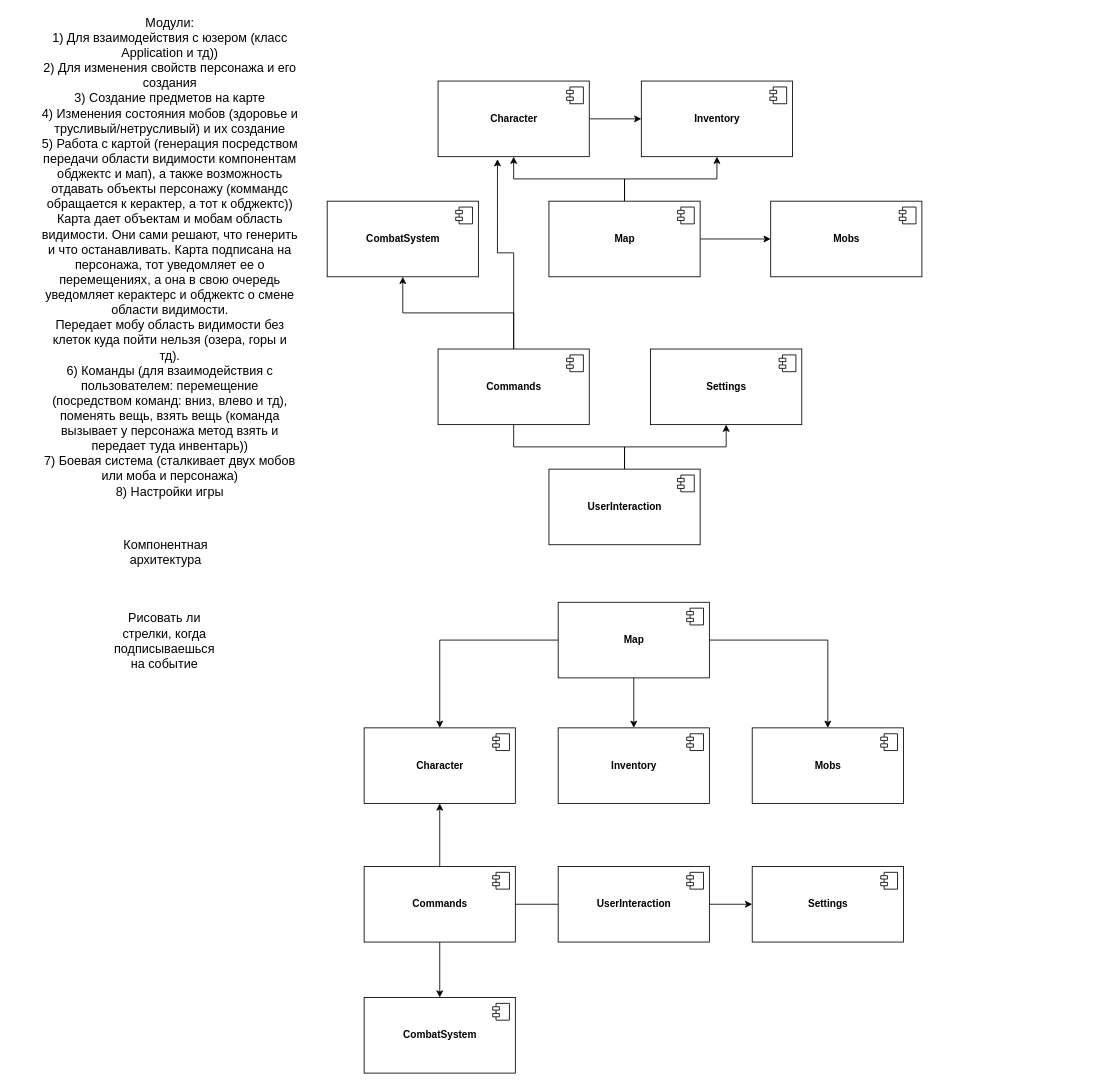
Before: page "Components" (1 of 8) of Roguelike/roguelike.drawio in victoriafomina/Software-Design, a draw.io diagram. Source tidied: cells renumbered, new cells numbered last; positions are measured from the earlier drawing's top-left corner, leaving out a move shared by most shapes. Both pictures are drawn from the tidied source at 84%, with x=0, y=0 at pixel (40, 16).
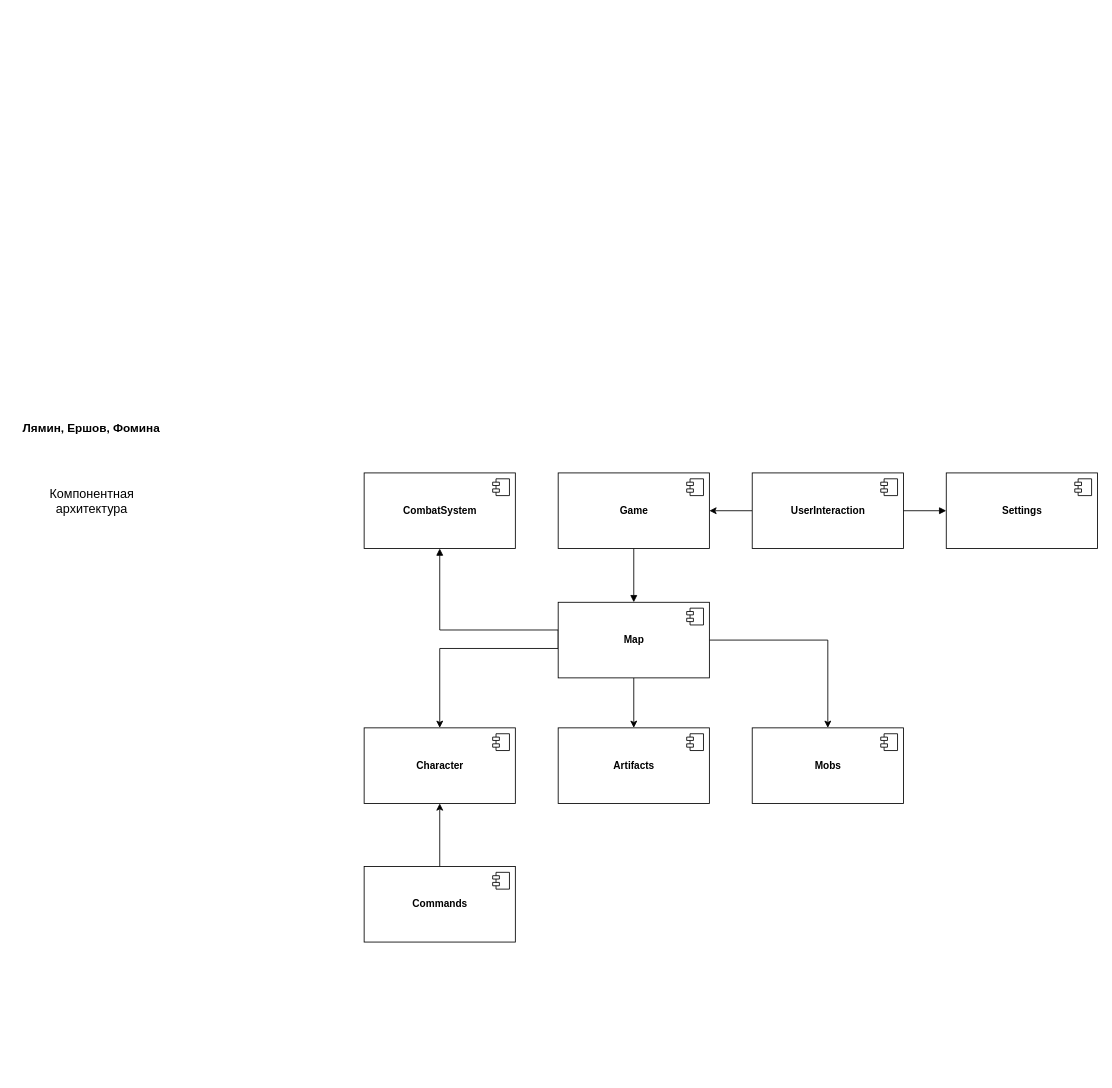
The same page after the edit.

Unchanged cells that the change refers to:
```xml
<mxCell id="32" value="&lt;b&gt;Map&lt;/b&gt;" style="html=1;" parent="1" vertex="1">
  <mxGeometry x="616" y="697.5" width="180" height="90" as="geometry" />
</mxCell>
<mxCell id="34" value="&lt;b&gt;Character&lt;/b&gt;" style="html=1;" parent="1" vertex="1">
  <mxGeometry x="385" y="847" width="180" height="90" as="geometry" />
</mxCell>
<mxCell id="42" value="&lt;b&gt;Commands&lt;/b&gt;" style="html=1;" parent="1" vertex="1">
  <mxGeometry x="385" y="1012" width="180" height="90" as="geometry" />
</mxCell>
```

What changed in the source:
```diff
@@
-    <mxCell id="2" value="&lt;span style=&quot;font-size: 15px&quot;&gt;Модули:&lt;br&gt;1) Для взаимодействия с юзером (класс Application и тд))&lt;br&gt;2) Для изменения свойств персонажа и его создания&lt;br&gt;3) Создание предметов на карте&lt;br&gt;4) Изменения состояния мобов (здоровье и трусливый/нетрусливый) и их создание&lt;br&gt;5) Работа с картой (генерация посредством передачи области видимости компонентам обджектс и мап), а также возможность отдавать объекты персонажу (коммандс обращается к керактер, а тот к обджектс))&lt;br&gt;Карта дает объектам и мобам область видимости. Они сами решают, что генерить и что останавливать. Карта подписана на персонажа, тот уведомляет ее о перемещениях, а она в свою очередь уведомляет керактерс и обджектс о смене области видимости.&lt;br&gt;Передает мобу область видимости без клеток куда пойти нельзя (озера, горы и тд).&lt;br&gt;6) Команды (для взаимодействия с пользователем: перемещение (посредством команд: вниз, влево и тд), поменять вещь, взять вещь (команда вызывает у персонажа метод взять и передает туда инвентарь))&lt;br&gt;7) Боевая система (сталкивает двух мобов или моба и персонажа)&lt;br&gt;8) Настройки игры&lt;br&gt;&lt;/span&gt;" style="text;html=1;strokeColor=none;fillColor=none;align=center;verticalAlign=middle;whiteSpace=wrap;rounded=0;fontSize=14;" parent="1" vertex="1">
-      <mxGeometry width="308" height="572" as="geometry" />
-    </mxCell>
     <mxCell id="3" value="Компонентная архитектура" style="text;html=1;strokeColor=none;fillColor=none;align=center;verticalAlign=middle;whiteSpace=wrap;rounded=0;fontSize=15;" parent="1" vertex="1">
-      <mxGeometry x="93.5" y="616" width="110" height="44" as="geometry" />
+      <mxGeometry x="5.5" y="554.5" width="110" height="44" as="geometry" />
     </mxCell>
-    <mxCell id="4" style="edgeStyle=orthogonalEdgeStyle;rounded=0;jettySize=auto;html=1;exitX=0.5;exitY=0;exitDx=0;exitDy=0;entryX=0.5;entryY=1;entryDx=0;entryDy=0;" parent="1" edge="1" source="7" target="14">
-      <mxGeometry relative="1" as="geometry" />
-    </mxCell>
-    <mxCell id="5" style="edgeStyle=orthogonalEdgeStyle;rounded=0;jettySize=auto;html=1;" parent="1" edge="1" source="7" target="24">
-      <mxGeometry relative="1" as="geometry" />
-    </mxCell>
-    <mxCell id="6" style="edgeStyle=orthogonalEdgeStyle;rounded=0;jettySize=auto;html=1;exitX=1;exitY=0.5;exitDx=0;exitDy=0;entryX=0;entryY=0.5;entryDx=0;entryDy=0;fontSize=15;startArrow=none;startFill=0;endArrow=classic;endFill=1;" parent="1" edge="1" source="7" target="16">
-      <mxGeometry relative="1" as="geometry" />
-    </mxCell>
-    <mxCell id="7" value="&lt;b&gt;Map&lt;/b&gt;" style="html=1;" parent="1" vertex="1">
-      <mxGeometry x="605" y="220" width="180" height="90" as="geometry" />
-    </mxCell>
-    <mxCell id="8" style="shape=module;jettyWidth=8;jettyHeight=4;" parent="7" vertex="1">
-      <mxGeometry x="1" width="20" height="20" relative="1" as="geometry">
-        <mxPoint x="-27" y="7" as="offset" />
-      </mxGeometry>
-    </mxCell>
-    <mxCell id="9" style="edgeStyle=orthogonalEdgeStyle;rounded=0;jettySize=auto;html=1;exitX=0.5;exitY=0;exitDx=0;exitDy=0;entryX=0.5;entryY=1;entryDx=0;entryDy=0;endArrow=none;endFill=0;" parent="1" edge="1" source="11" target="22">
-      <mxGeometry relative="1" as="geometry" />
-    </mxCell>
-    <mxCell id="10" style="edgeStyle=orthogonalEdgeStyle;rounded=0;jettySize=auto;html=1;exitX=0.5;exitY=0;exitDx=0;exitDy=0;entryX=0.5;entryY=1;entryDx=0;entryDy=0;startArrow=none;startFill=0;endArrow=classic;endFill=1;" parent="1" edge="1" source="11" target="26">
-      <mxGeometry relative="1" as="geometry" />
-    </mxCell>
-    <mxCell id="11" value="&lt;b&gt;UserInteraction&lt;/b&gt;" style="html=1;" parent="1" vertex="1">
-      <mxGeometry x="605" y="539" width="180" height="90" as="geometry" />
-    </mxCell>
-    <mxCell id="12" style="shape=module;jettyWidth=8;jettyHeight=4;" parent="11" vertex="1">
-      <mxGeometry x="1" width="20" height="20" relative="1" as="geometry">
-        <mxPoint x="-27" y="7" as="offset" />
-      </mxGeometry>
-    </mxCell>
-    <mxCell id="13" style="edgeStyle=orthogonalEdgeStyle;rounded=0;jettySize=auto;html=1;exitX=1;exitY=0.5;exitDx=0;exitDy=0;entryX=0;entryY=0.5;entryDx=0;entryDy=0;fontSize=15;startArrow=none;startFill=0;endArrow=classic;endFill=1;" parent="1" edge="1" source="14" target="24">
-      <mxGeometry relative="1" as="geometry" />
-    </mxCell>
-    <mxCell id="14" value="&lt;b&gt;Character&lt;/b&gt;" style="html=1;" parent="1" vertex="1">
-      <mxGeometry x="473" y="77" width="180" height="90" as="geometry" />
-    </mxCell>
-    <mxCell id="15" style="shape=module;jettyWidth=8;jettyHeight=4;" parent="14" vertex="1">
-      <mxGeometry x="1" width="20" height="20" relative="1" as="geometry">
-        <mxPoint x="-27" y="7" as="offset" />
-      </mxGeometry>
-    </mxCell>
-    <mxCell id="16" value="&lt;b&gt;Mobs&lt;/b&gt;" style="html=1;" parent="1" vertex="1">
-      <mxGeometry x="869" y="220" width="180" height="90" as="geometry" />
-    </mxCell>
-    <mxCell id="17" style="shape=module;jettyWidth=8;jettyHeight=4;" parent="16" vertex="1">
-      <mxGeometry x="1" width="20" height="20" relative="1" as="geometry">
-        <mxPoint x="-27" y="7" as="offset" />
-      </mxGeometry>
-    </mxCell>
-    <mxCell id="18" value="&lt;b&gt;CombatSystem&lt;/b&gt;" style="html=1;" parent="1" vertex="1">
-      <mxGeometry x="341" y="220" width="180" height="90" as="geometry" />
-    </mxCell>
-    <mxCell id="19" style="shape=module;jettyWidth=8;jettyHeight=4;" parent="18" vertex="1">
-      <mxGeometry x="1" width="20" height="20" relative="1" as="geometry">
-        <mxPoint x="-27" y="7" as="offset" />
-      </mxGeometry>
-    </mxCell>
-    <mxCell id="20" style="edgeStyle=orthogonalEdgeStyle;rounded=0;jettySize=auto;html=1;exitX=0.5;exitY=0;exitDx=0;exitDy=0;entryX=0.5;entryY=1;entryDx=0;entryDy=0;" parent="1" edge="1" source="22" target="18">
-      <mxGeometry relative="1" as="geometry" />
-    </mxCell>
-    <mxCell id="21" style="edgeStyle=orthogonalEdgeStyle;rounded=0;jettySize=auto;html=1;exitX=0.5;exitY=0;exitDx=0;exitDy=0;entryX=0.393;entryY=1.033;entryDx=0;entryDy=0;entryPerimeter=0;fontSize=15;startArrow=none;startFill=0;endArrow=classic;endFill=1;" parent="1" edge="1" source="22" target="14">
-      <mxGeometry relative="1" as="geometry" />
-    </mxCell>
-    <mxCell id="22" value="&lt;b&gt;Commands&lt;/b&gt;" style="html=1;" parent="1" vertex="1">
-      <mxGeometry x="473" y="396" width="180" height="90" as="geometry" />
-    </mxCell>
-    <mxCell id="23" style="shape=module;jettyWidth=8;jettyHeight=4;" parent="22" vertex="1">
-      <mxGeometry x="1" width="20" height="20" relative="1" as="geometry">
-        <mxPoint x="-27" y="7" as="offset" />
-      </mxGeometry>
-    </mxCell>
-    <mxCell id="24" value="&lt;b&gt;Inventory&lt;/b&gt;" style="html=1;" parent="1" vertex="1">
-      <mxGeometry x="715" y="77" width="180" height="90" as="geometry" />
-    </mxCell>
-    <mxCell id="25" style="shape=module;jettyWidth=8;jettyHeight=4;" parent="24" vertex="1">
-      <mxGeometry x="1" width="20" height="20" relative="1" as="geometry">
-        <mxPoint x="-27" y="7" as="offset" />
-      </mxGeometry>
-    </mxCell>
-    <mxCell id="26" value="&lt;b&gt;Settings&lt;/b&gt;" style="html=1;" parent="1" vertex="1">
-      <mxGeometry x="726" y="396" width="180" height="90" as="geometry" />
-    </mxCell>
-    <mxCell id="27" style="shape=module;jettyWidth=8;jettyHeight=4;" parent="26" vertex="1">
-      <mxGeometry x="1" width="20" height="20" relative="1" as="geometry">
-        <mxPoint x="-27" y="7" as="offset" />
-      </mxGeometry>
-    </mxCell>
-    <mxCell id="28" value="&lt;font style=&quot;font-size: 15px&quot;&gt;Рисовать ли стрелки, когда подписываешься на событие&lt;/font&gt;" style="text;html=1;strokeColor=none;fillColor=none;align=center;verticalAlign=middle;whiteSpace=wrap;rounded=0;" parent="1" vertex="1">
-      <mxGeometry x="90.5" y="715" width="113" height="55" as="geometry" />
-    </mxCell>
     <mxCell id="29" style="edgeStyle=orthogonalEdgeStyle;rounded=0;jettySize=auto;html=1;exitX=0;exitY=0.5;exitDx=0;exitDy=0;entryX=0.5;entryY=0;entryDx=0;entryDy=0;" parent="1" edge="1" source="32" target="34">
-      <mxGeometry relative="1" as="geometry" />
+      <mxGeometry relative="1" as="geometry">
+        <Array as="points">
+          <mxPoint x="616" y="752.5" />
+          <mxPoint x="475" y="752.5" />
+        </Array>
+      </mxGeometry>
     </mxCell>
@@
+    <mxCell id="52" style="edgeStyle=orthogonalEdgeStyle;rounded=0;jettySize=auto;html=1;exitX=0;exitY=0.5;exitDx=0;exitDy=0;entryX=0.5;entryY=1;entryDx=0;entryDy=0;fontSize=15;startArrow=none;startFill=0;endArrow=block;endFill=1;" parent="1" edge="1" source="32" target="44">
+      <mxGeometry relative="1" as="geometry">
+        <Array as="points">
+          <mxPoint x="616" y="730.5" />
+          <mxPoint x="475" y="730.5" />
+        </Array>
+      </mxGeometry>
+    </mxCell>
@@
-    <mxCell id="36" value="&lt;b&gt;Inventory&lt;/b&gt;" style="html=1;" parent="1" vertex="1">
+    <mxCell id="36" value="&lt;b&gt;Artifacts&lt;/b&gt;" style="html=1;" parent="1" vertex="1">
       <mxGeometry x="616" y="847" width="180" height="90" as="geometry" />
     </mxCell>
@@
-    <mxCell id="41" style="edgeStyle=orthogonalEdgeStyle;rounded=0;jettySize=auto;html=1;exitX=0.5;exitY=1;exitDx=0;exitDy=0;entryX=0.5;entryY=0;entryDx=0;entryDy=0;" parent="1" edge="1" source="42" target="44">
-      <mxGeometry relative="1" as="geometry" />
-    </mxCell>
@@
     <mxCell id="44" value="&lt;b&gt;CombatSystem&lt;/b&gt;" style="html=1;" parent="1" vertex="1">
-      <mxGeometry x="385" y="1168" width="180" height="90" as="geometry" />
+      <mxGeometry x="385" y="543.5" width="180" height="90" as="geometry" />
     </mxCell>
@@
-    <mxCell id="46" style="edgeStyle=orthogonalEdgeStyle;rounded=0;jettySize=auto;html=1;exitX=1;exitY=0.5;exitDx=0;exitDy=0;entryX=0;entryY=0.5;entryDx=0;entryDy=0;" parent="1" edge="1" source="48" target="50">
+    <mxCell id="46" style="edgeStyle=orthogonalEdgeStyle;rounded=0;jettySize=auto;html=1;exitX=1;exitY=0.5;exitDx=0;exitDy=0;entryX=0;entryY=0.5;entryDx=0;entryDy=0;fontSize=15;startArrow=none;startFill=0;endArrow=block;endFill=1;" parent="1" edge="1" source="48" target="50">
       <mxGeometry relative="1" as="geometry" />
     </mxCell>
-    <mxCell id="47" style="edgeStyle=orthogonalEdgeStyle;rounded=0;jettySize=auto;html=1;exitX=0;exitY=0.5;exitDx=0;exitDy=0;endArrow=none;endFill=0;" parent="1" edge="1" source="48" target="42">
-      <mxGeometry relative="1" as="geometry" />
-    </mxCell>
+    <mxCell id="53" style="edgeStyle=orthogonalEdgeStyle;rounded=0;jettySize=auto;html=1;exitX=0;exitY=0.5;exitDx=0;exitDy=0;entryX=1;entryY=0.5;entryDx=0;entryDy=0;" parent="1" edge="1" source="48" target="55">
+      <mxGeometry relative="1" as="geometry" />
+    </mxCell>
     <mxCell id="48" value="&lt;b&gt;UserInteraction&lt;/b&gt;" style="html=1;" parent="1" vertex="1">
-      <mxGeometry x="616" y="1012" width="180" height="90" as="geometry" />
+      <mxGeometry x="847" y="543.5" width="180" height="90" as="geometry" />
     </mxCell>
@@
     <mxCell id="50" value="&lt;b&gt;Settings&lt;/b&gt;" style="html=1;" parent="1" vertex="1">
-      <mxGeometry x="847" y="1012" width="180" height="90" as="geometry" />
+      <mxGeometry x="1078" y="543.5" width="180" height="90" as="geometry" />
     </mxCell>
@@
+    <mxCell id="54" style="edgeStyle=orthogonalEdgeStyle;rounded=0;jettySize=auto;html=1;exitX=0.5;exitY=1;exitDx=0;exitDy=0;entryX=0.5;entryY=0;entryDx=0;entryDy=0;fontSize=15;startArrow=none;startFill=0;endArrow=block;endFill=1;" parent="1" edge="1" source="55" target="32">
+      <mxGeometry relative="1" as="geometry" />
+    </mxCell>
+    <mxCell id="55" value="&lt;b&gt;Game&lt;/b&gt;" style="html=1;" parent="1" vertex="1">
+      <mxGeometry x="616" y="543.5" width="180" height="90" as="geometry" />
+    </mxCell>
+    <mxCell id="56" style="shape=module;jettyWidth=8;jettyHeight=4;" parent="55" vertex="1">
+      <mxGeometry x="1" width="20" height="20" relative="1" as="geometry">
+        <mxPoint x="-27" y="7" as="offset" />
+      </mxGeometry>
+    </mxCell>
+    <mxCell id="57" value="&lt;b&gt;&lt;font style=&quot;font-size: 14px&quot;&gt;Лямин, Ершов, Фомина&lt;/font&gt;&lt;/b&gt;" style="text;html=1;strokeColor=none;fillColor=none;align=center;verticalAlign=middle;whiteSpace=wrap;rounded=0;" parent="1" vertex="1">
+      <mxGeometry x="-31" y="474.5" width="183" height="30" as="geometry" />
+    </mxCell>
```
